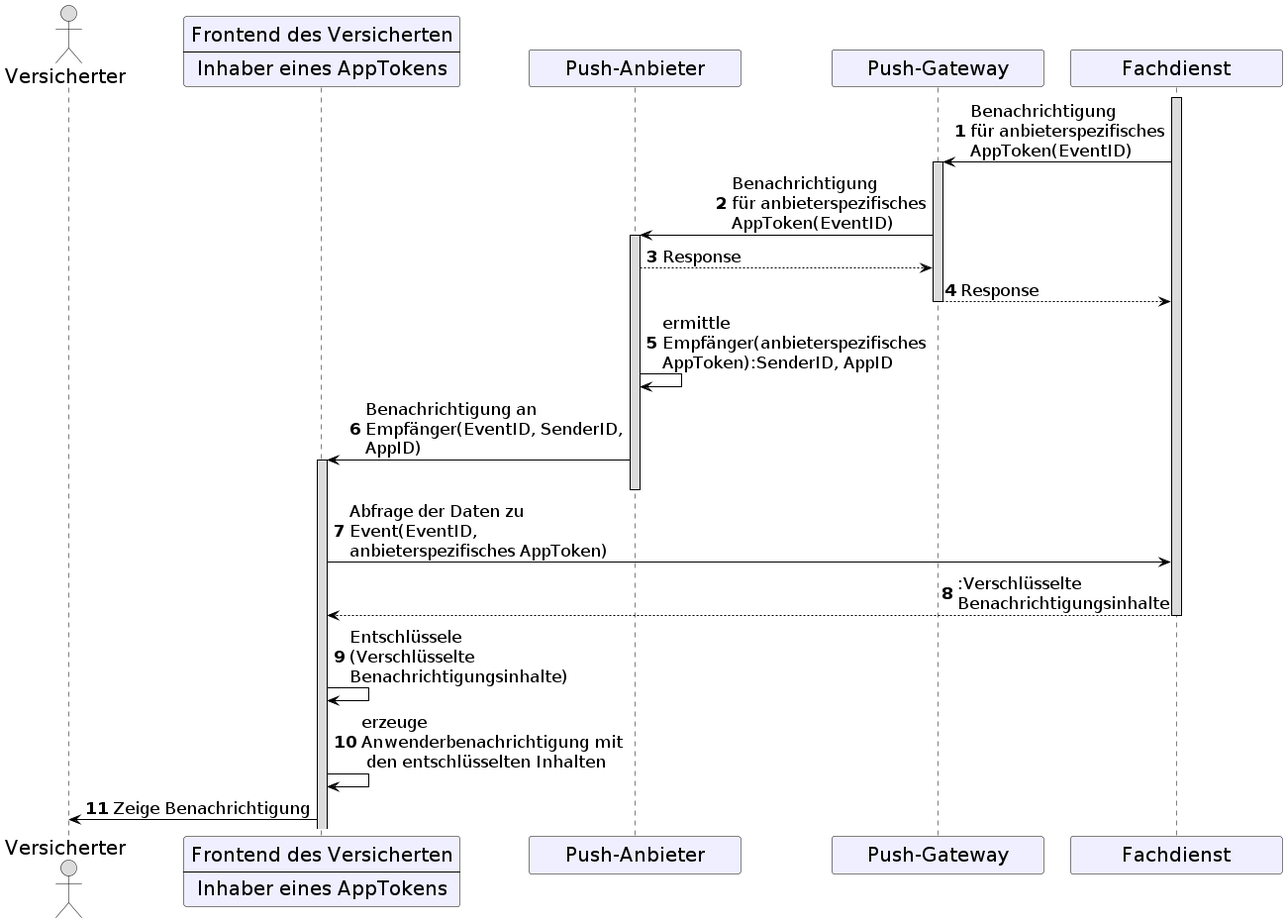
Above: images/diagrams/ePA_FDV/push_notifications_fdv_delivery.png in gematik/api-ti-messenger (PlantUML), before the change.
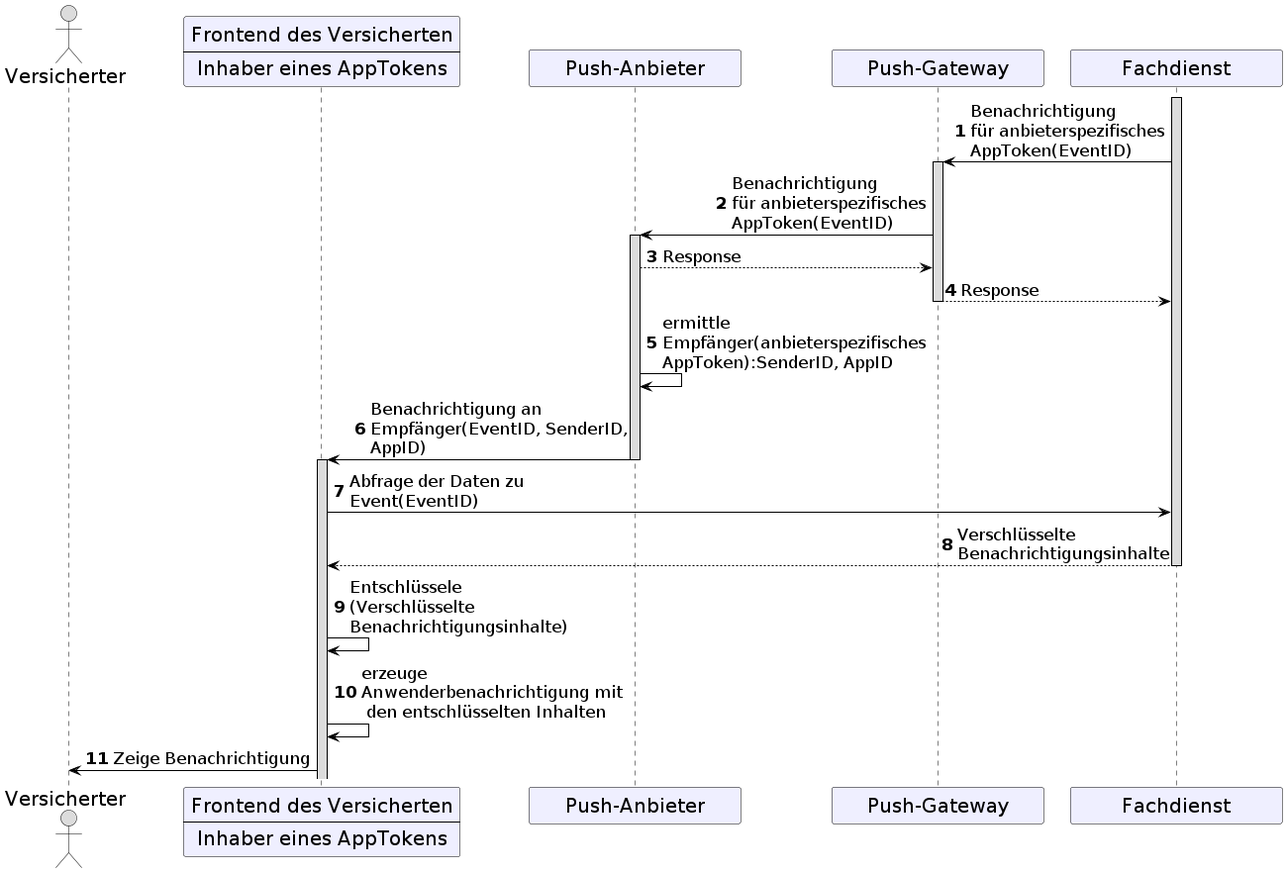
The same file after the commit.

Commit message:
Commit from GitHub Actions (GeneratePlantumlImages)

What changed in the source:
```diff
@@ -47,10 +47,10 @@
 deactivate pg
 pa->pa: ermittle Empfänger(anbieterspezifisches AppToken):SenderID, AppID
 pa->fdv: Benachrichtigung an Empfänger(EventID, SenderID, AppID)
+deactivate pa
 activate fdv
-deactivate pa
-fdv->fd: Abfrage der Daten zu Event(EventID, anbieterspezifisches AppToken)
-fd-->fdv: :Verschlüsselte Benachrichtigungsinhalte
+fdv->fd: Abfrage der Daten zu Event(EventID)
+fd-->fdv: Verschlüsselte Benachrichtigungsinhalte
 deactivate fd
 fdv->fdv:Entschlüssele \n(Verschlüsselte Benachrichtigungsinhalte)
 fdv->fdv:erzeuge Anwenderbenachrichtigung mit\n den entschlüsselten Inhalten
```
